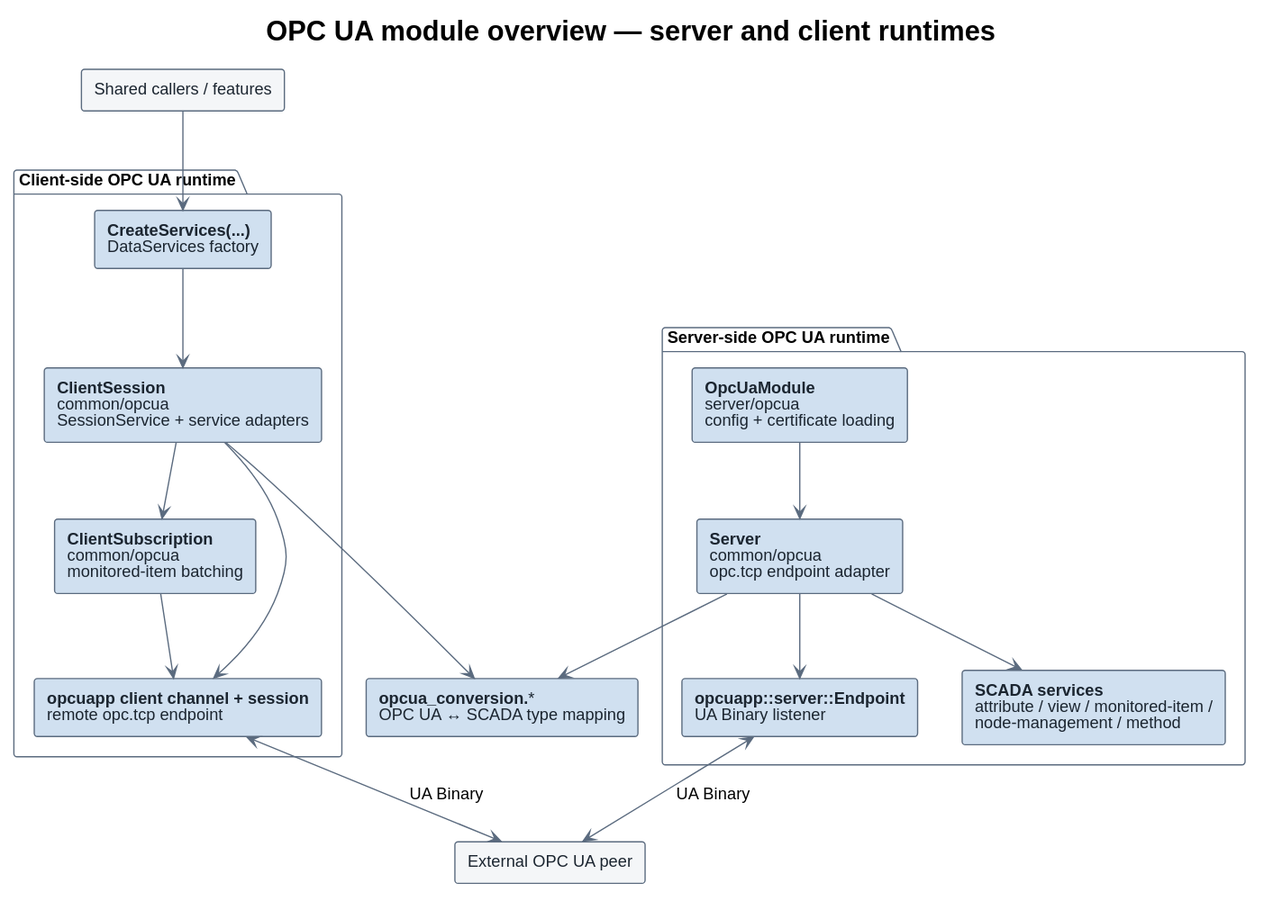
alexsmn/scada-common keeps this PlantUML diagram as docs/diagrams/opcua_module_overview.svg. Above is the earlier version.
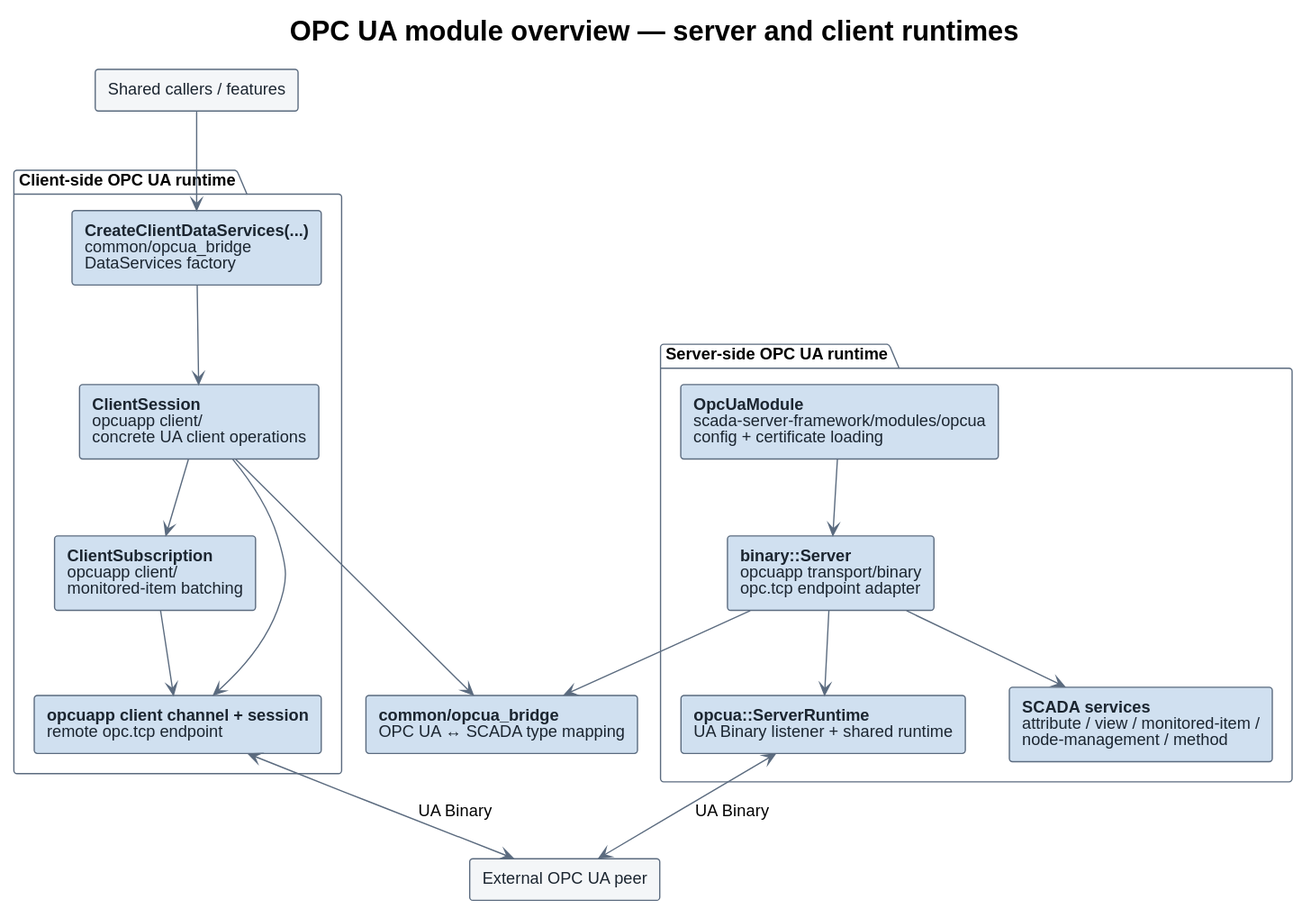
The same diagram one commit later.

Commit message:
docs(opcua): point the OPC UA design doc at where the code actually lives

Diff of the diagram source:
```diff
@@ -4,20 +4,20 @@
 title OPC UA module overview — server and client runtimes
 
 package "Server-side OPC UA runtime" as ServerSide {
-  rectangle "**OpcUaModule**\nserver/opcua\nconfig + certificate loading" as Module $tier
-  rectangle "**Server**\ncommon/opcua\nopc.tcp endpoint adapter" as Server $tier
-  rectangle "**opcuapp::server::Endpoint**\nUA Binary listener" as Endpoint $tier
+  rectangle "**OpcUaModule**\nscada-server-framework/modules/opcua\nconfig + certificate loading" as Module $tier
+  rectangle "**binary::Server**\nopcuapp transport/binary\nopc.tcp endpoint adapter" as Server $tier
+  rectangle "**opcua::ServerRuntime**\nUA Binary listener + shared runtime" as Endpoint $tier
   rectangle "**SCADA services**\nattribute / view / monitored-item /\nnode-management / method" as Services $tier
 }
 
 package "Client-side OPC UA runtime" as ClientSide {
-  rectangle "**CreateServices(...)**\nDataServices factory" as Factory $tier
-  rectangle "**ClientSession**\ncommon/opcua\nSessionService + service adapters" as Session $tier
-  rectangle "**ClientSubscription**\ncommon/opcua\nmonitored-item batching" as Subscription $tier
+  rectangle "**CreateClientDataServices(...)**\ncommon/opcua_bridge\nDataServices factory" as Factory $tier
+  rectangle "**ClientSession**\nopcuapp client/\nconcrete UA client operations" as Session $tier
+  rectangle "**ClientSubscription**\nopcuapp client/\nmonitored-item batching" as Subscription $tier
   rectangle "**opcuapp client channel + session**\nremote opc.tcp endpoint" as Channel $tier
 }
 
-rectangle "**opcua_conversion.***\nOPC UA ↔ SCADA type mapping" as Conversion $tier
+rectangle "**common/opcua_bridge**\nOPC UA ↔ SCADA type mapping" as Conversion $tier
 rectangle "Shared callers / features" as Client $external
 rectangle "External OPC UA peer" as UaPeer $external
 
```
